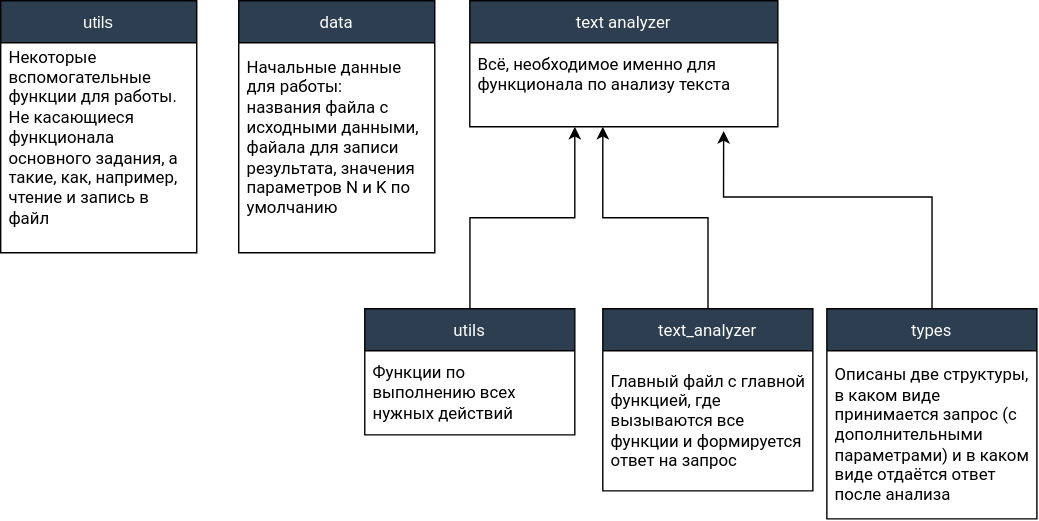
user-of-github/BSUIR_Labs_Programming-tools keeps this draw.io diagram as 4 semester/LR1 2022.02.15/structure.svg. Above is the earlier version. Source tidied: cells renumbered, new cells last; positions are measured from the earlier drawing's top-left corner, leaving out a move shared by most shapes. Source of this version:
```xml
<mxGraphModel>
  <root>
    <mxCell id="0" />
    <mxCell id="1" parent="0" />
    <mxCell id="2" value="utils" style="swimlane;fontStyle=0;horizontal=1;startSize=30;fontColor=#FFFFFF;fillColor=#2C3E50;" parent="1" vertex="1">
      <mxGeometry width="140" height="180" as="geometry" />
    </mxCell>
    <mxCell id="3" value="Некоторые вспомогательные функции для работы. Не касающиеся функционала основного задания, а такие, как, например, чтение и запись в файл&#10;" style="text;strokeColor=none;fillColor=none;align=left;verticalAlign=middle;spacingLeft=4;spacingRight=4;overflow=hidden;whiteSpace=wrap;fontFamily=Roboto;" parent="2" vertex="1">
      <mxGeometry y="30" width="140" height="150" as="geometry" />
    </mxCell>
    <mxCell id="4" value="data" style="swimlane;fontStyle=0;horizontal=1;startSize=30;fillColor=#2C3E50;fontColor=#FFFFFF;fontFamily=Roboto;" parent="1" vertex="1">
      <mxGeometry x="170" width="140" height="180" as="geometry" />
    </mxCell>
    <mxCell id="5" value="Начальные данные для работы:&#10;названия файла с исходными данными, файала для записи результата, значения параметров N и K по умолчанию&#10;" style="text;strokeColor=none;fillColor=none;align=left;verticalAlign=middle;spacingLeft=4;spacingRight=4;overflow=hidden;whiteSpace=wrap;fontFamily=Roboto;" parent="4" vertex="1">
      <mxGeometry y="30" width="140" height="150" as="geometry" />
    </mxCell>
    <mxCell id="6" value="text analyzer" style="swimlane;fontStyle=0;horizontal=1;startSize=30;fillColor=#2C3E50;fontColor=#FFFFFF;fontFamily=Roboto;" parent="1" vertex="1">
      <mxGeometry x="335" width="220" height="90" as="geometry" />
    </mxCell>
    <mxCell id="7" value="Всё, необходимое именно для функционала по анализу текста&#10;" style="text;strokeColor=none;fillColor=none;align=left;verticalAlign=middle;spacingLeft=4;spacingRight=4;overflow=hidden;points=[[0,0.5],[1,0.5]];portConstraint=eastwest;whiteSpace=wrap;fontFamily=Roboto;" parent="6" vertex="1">
      <mxGeometry y="30" width="220" height="60" as="geometry" />
    </mxCell>
    <mxCell id="8" style="edgeStyle=orthogonalEdgeStyle;rounded=0;jettySize=auto;html=1;fontFamily=Roboto;fontColor=#FFFFFF;" parent="1" edge="1" source="9">
      <mxGeometry relative="1" as="geometry">
        <mxPoint x="410" y="90" as="targetPoint" />
      </mxGeometry>
    </mxCell>
    <mxCell id="9" value="utils" style="swimlane;fontStyle=0;horizontal=1;startSize=30;fillColor=#2C3E50;fontColor=#FFFFFF;fontFamily=Roboto;" parent="1" vertex="1">
      <mxGeometry x="260" y="220" width="150" height="90" as="geometry" />
    </mxCell>
    <mxCell id="10" value="Функции по выполнению всех нужных действий" style="text;strokeColor=none;fillColor=none;align=left;verticalAlign=middle;spacingLeft=4;spacingRight=4;overflow=hidden;whiteSpace=wrap;fontFamily=Roboto;" parent="9" vertex="1">
      <mxGeometry y="30" width="150" height="60" as="geometry" />
    </mxCell>
    <mxCell id="11" style="edgeStyle=orthogonalEdgeStyle;rounded=0;jettySize=auto;html=1;fontFamily=Roboto;fontColor=#FFFFFF;" parent="1" edge="1" source="12">
      <mxGeometry relative="1" as="geometry">
        <mxPoint x="430" y="90" as="targetPoint" />
      </mxGeometry>
    </mxCell>
    <mxCell id="12" value="text_analyzer" style="swimlane;fontStyle=0;horizontal=1;startSize=30;fillColor=#2C3E50;fontColor=#FFFFFF;fontFamily=Roboto;" parent="1" vertex="1">
      <mxGeometry x="430" y="220" width="150" height="130" as="geometry" />
    </mxCell>
    <mxCell id="13" value="Главный файл с главной функцией, где вызываются все функции и формируется ответ на запрос" style="text;strokeColor=none;fillColor=none;align=left;verticalAlign=middle;spacingLeft=4;spacingRight=4;overflow=hidden;whiteSpace=wrap;fontFamily=Roboto;" parent="12" vertex="1">
      <mxGeometry y="30" width="150" height="100" as="geometry" />
    </mxCell>
    <mxCell id="14" style="edgeStyle=orthogonalEdgeStyle;rounded=0;jettySize=auto;html=1;entryX=0.824;entryY=1.05;entryDx=0;entryDy=0;entryPerimeter=0;fontFamily=Roboto;fontColor=#FFFFFF;" parent="1" edge="1" source="15" target="7">
      <mxGeometry relative="1" as="geometry">
        <Array as="points">
          <mxPoint x="665" y="140" />
          <mxPoint x="516" y="140" />
        </Array>
      </mxGeometry>
    </mxCell>
    <mxCell id="15" value="types" style="swimlane;fontStyle=0;horizontal=1;startSize=30;fillColor=#2C3E50;fontColor=#FFFFFF;fontFamily=Roboto;" parent="1" vertex="1">
      <mxGeometry x="590" y="220" width="150" height="150" as="geometry" />
    </mxCell>
    <mxCell id="16" value="Описаны две структуры, в каком виде принимается запрос (с дополнительными параметрами) и в каком виде отдаётся ответ после анализа" style="text;strokeColor=none;fillColor=none;align=left;verticalAlign=middle;spacingLeft=4;spacingRight=4;overflow=hidden;whiteSpace=wrap;fontFamily=Roboto;" parent="15" vertex="1">
      <mxGeometry y="30" width="150" height="120" as="geometry" />
    </mxCell>
  </root>
</mxGraphModel>
```
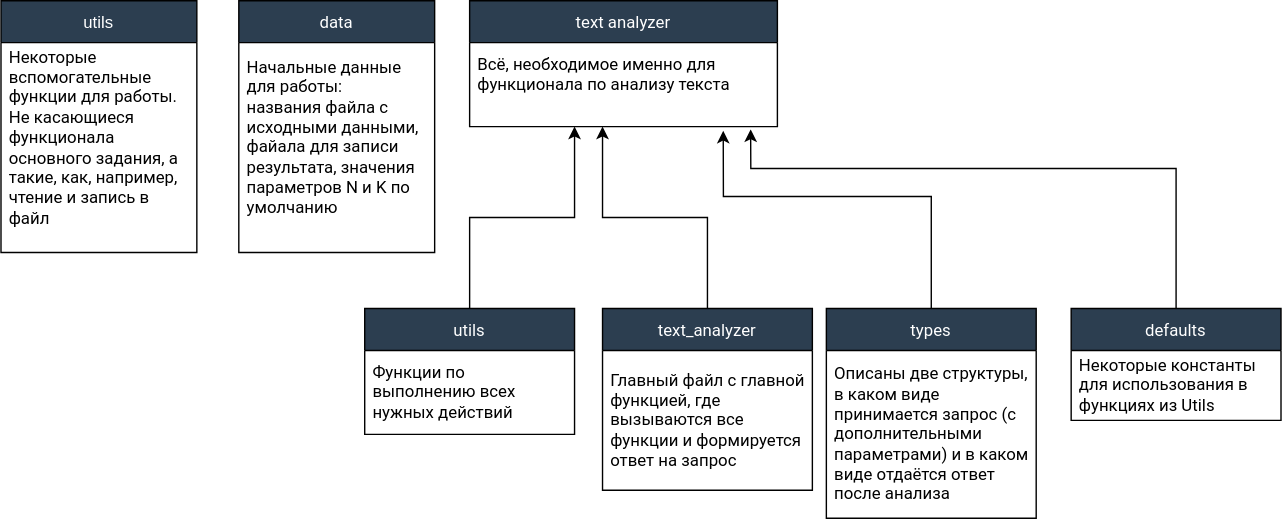
The same diagram one commit later.

The edit, as a diff of the source:
```diff
@@ -56,5 +56,19 @@
     <mxCell id="16" value="Описаны две структуры, в каком виде принимается запрос (с дополнительными параметрами) и в каком виде отдаётся ответ после анализа" style="text;strokeColor=none;fillColor=none;align=left;verticalAlign=middle;spacingLeft=4;spacingRight=4;overflow=hidden;whiteSpace=wrap;fontFamily=Roboto;" parent="15" vertex="1">
       <mxGeometry y="30" width="150" height="120" as="geometry" />
     </mxCell>
+    <mxCell id="17" style="edgeStyle=orthogonalEdgeStyle;rounded=0;jettySize=auto;html=1;entryX=0.913;entryY=1.033;entryDx=0;entryDy=0;entryPerimeter=0;" parent="1" edge="1" source="18" target="7">
+      <mxGeometry relative="1" as="geometry">
+        <Array as="points">
+          <mxPoint x="840" y="120" />
+          <mxPoint x="536" y="120" />
+        </Array>
+      </mxGeometry>
+    </mxCell>
+    <mxCell id="18" value="defaults" style="swimlane;fontStyle=0;horizontal=1;startSize=30;fillColor=#2C3E50;fontColor=#FFFFFF;fontFamily=Roboto;" parent="1" vertex="1">
+      <mxGeometry x="765" y="220" width="150" height="80" as="geometry" />
+    </mxCell>
+    <mxCell id="19" value="Некоторые константы для использования в функциях из Utils " style="text;strokeColor=none;fillColor=none;align=left;verticalAlign=middle;spacingLeft=4;spacingRight=4;overflow=hidden;whiteSpace=wrap;fontFamily=Roboto;" parent="18" vertex="1">
+      <mxGeometry y="30" width="150" height="50" as="geometry" />
+    </mxCell>
   </root>
 </mxGraphModel>
```
